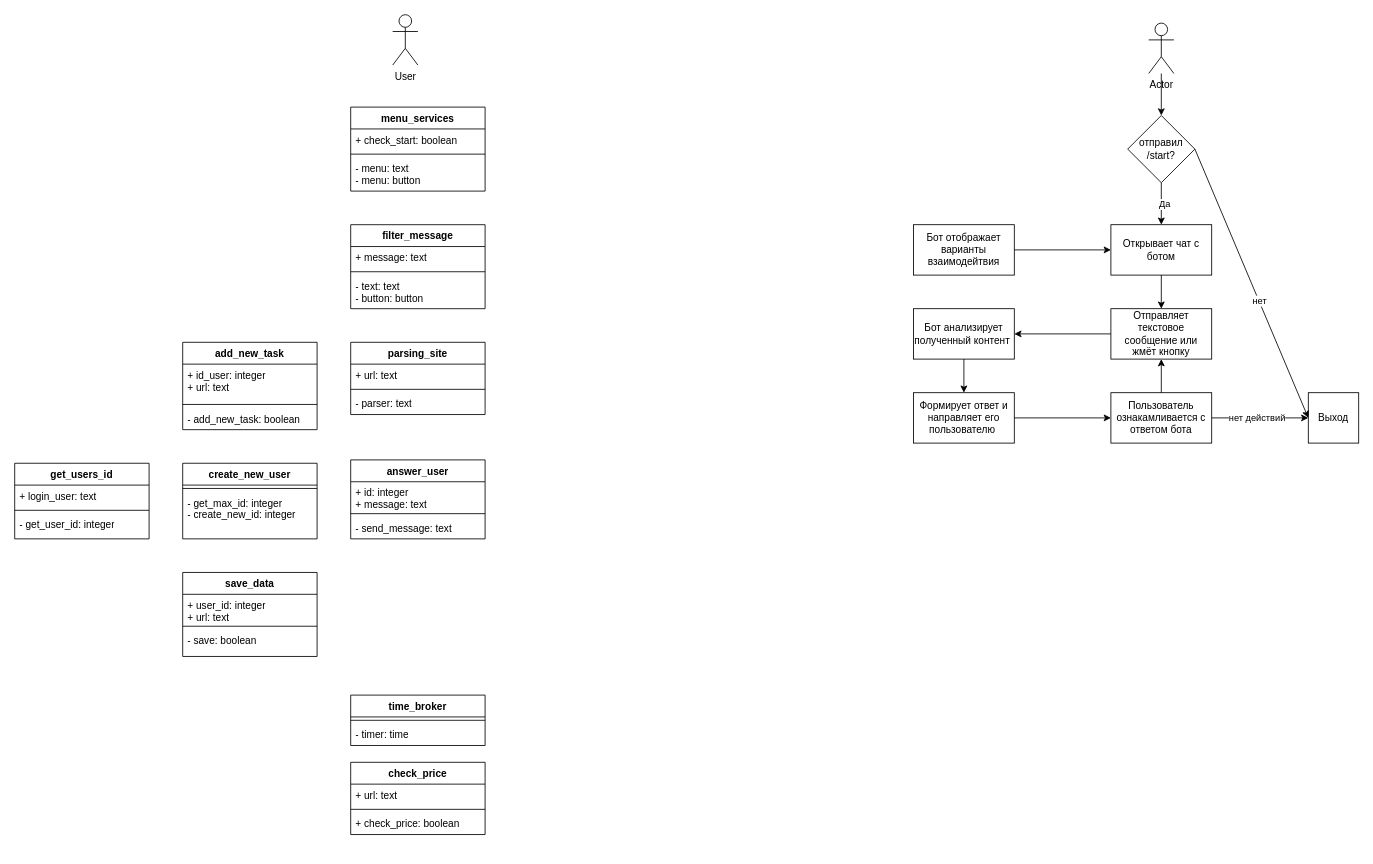
Before: UML_Telegram_001.drawio in Arnoldig/Coursemc_final_work, a draw.io diagram. Source tidied: cells renumbered, new cells numbered last; positions are measured from the earlier drawing's top-left corner, leaving out a move shared by most shapes. Both pictures are drawn from the tidied source at 84%, with x=0, y=0 at pixel (14, 14).
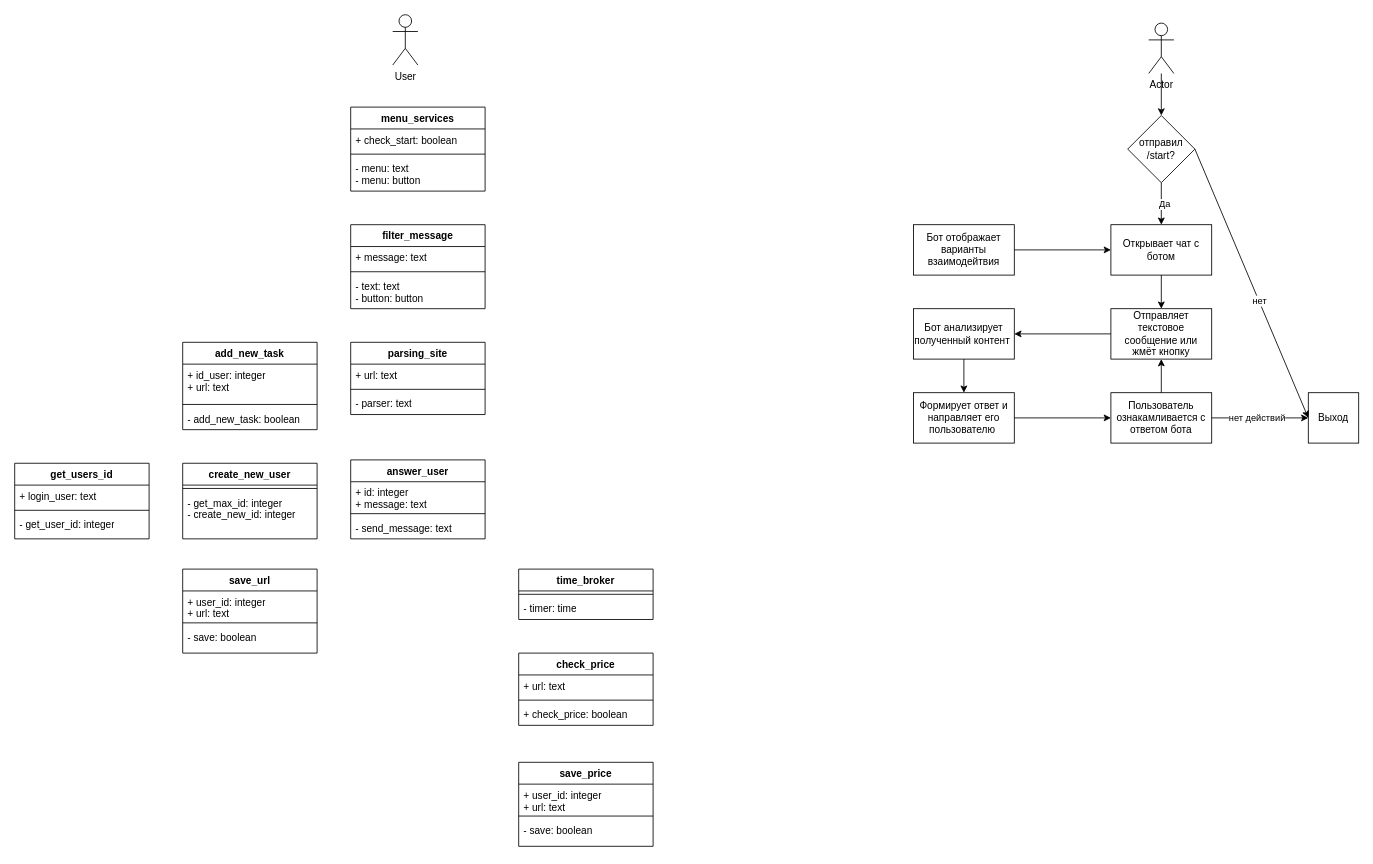
Above is the later version.

Commit message:
Добавлен блок с сохранением цены.drawio

Change to the diagram source:
```diff
@@
-    <mxCell id="37" value="save_data" style="swimlane;fontStyle=1;align=center;verticalAlign=top;horizontal=1;startSize=26;whiteSpace=wrap;html=1;" parent="1" vertex="1">
-      <mxGeometry x="200" y="664" width="160" height="100" as="geometry" />
+    <mxCell id="37" value="save_url" style="swimlane;fontStyle=1;align=center;verticalAlign=top;horizontal=1;startSize=26;whiteSpace=wrap;html=1;" parent="1" vertex="1">
+      <mxGeometry x="200" y="660" width="160" height="100" as="geometry" />
     </mxCell>
@@
     <mxCell id="48" value="check_price" style="swimlane;fontStyle=1;align=center;verticalAlign=top;horizontal=1;startSize=26;whiteSpace=wrap;html=1;" parent="1" vertex="1">
-      <mxGeometry x="400" y="890" width="160" height="86" as="geometry" />
+      <mxGeometry x="600" y="760" width="160" height="86" as="geometry" />
     </mxCell>
@@
     <mxCell id="56" value="time_broker" style="swimlane;fontStyle=1;align=center;verticalAlign=top;horizontal=1;startSize=26;whiteSpace=wrap;html=1;" parent="1" vertex="1">
-      <mxGeometry x="400" y="810" width="160" height="60" as="geometry" />
+      <mxGeometry x="600" y="660" width="160" height="60" as="geometry" />
     </mxCell>
@@
+    <mxCell id="63" value="save_price" style="swimlane;fontStyle=1;align=center;verticalAlign=top;horizontal=1;startSize=26;whiteSpace=wrap;html=1;" parent="1" vertex="1">
+      <mxGeometry x="600" y="890" width="160" height="100" as="geometry" />
+    </mxCell>
+    <mxCell id="64" value="+ user_id: integer&lt;br&gt;+ url: text" style="text;strokeColor=none;fillColor=none;align=left;verticalAlign=top;spacingLeft=4;spacingRight=4;overflow=hidden;whiteSpace=wrap;html=1;" parent="63" vertex="1">
+      <mxGeometry y="26" width="160" height="34" as="geometry" />
+    </mxCell>
+    <mxCell id="65" style="line;strokeWidth=1;fillColor=none;align=left;verticalAlign=middle;spacingTop=-1;spacingLeft=3;spacingRight=3;labelPosition=right;strokeColor=inherit;" parent="63" vertex="1">
+      <mxGeometry y="60" width="160" height="8" as="geometry" />
+    </mxCell>
+    <mxCell id="66" value="- save: boolean" style="text;strokeColor=none;fillColor=none;align=left;verticalAlign=top;spacingLeft=4;spacingRight=4;overflow=hidden;whiteSpace=wrap;html=1;" parent="63" vertex="1">
+      <mxGeometry y="68" width="160" height="32" as="geometry" />
+    </mxCell>
```
